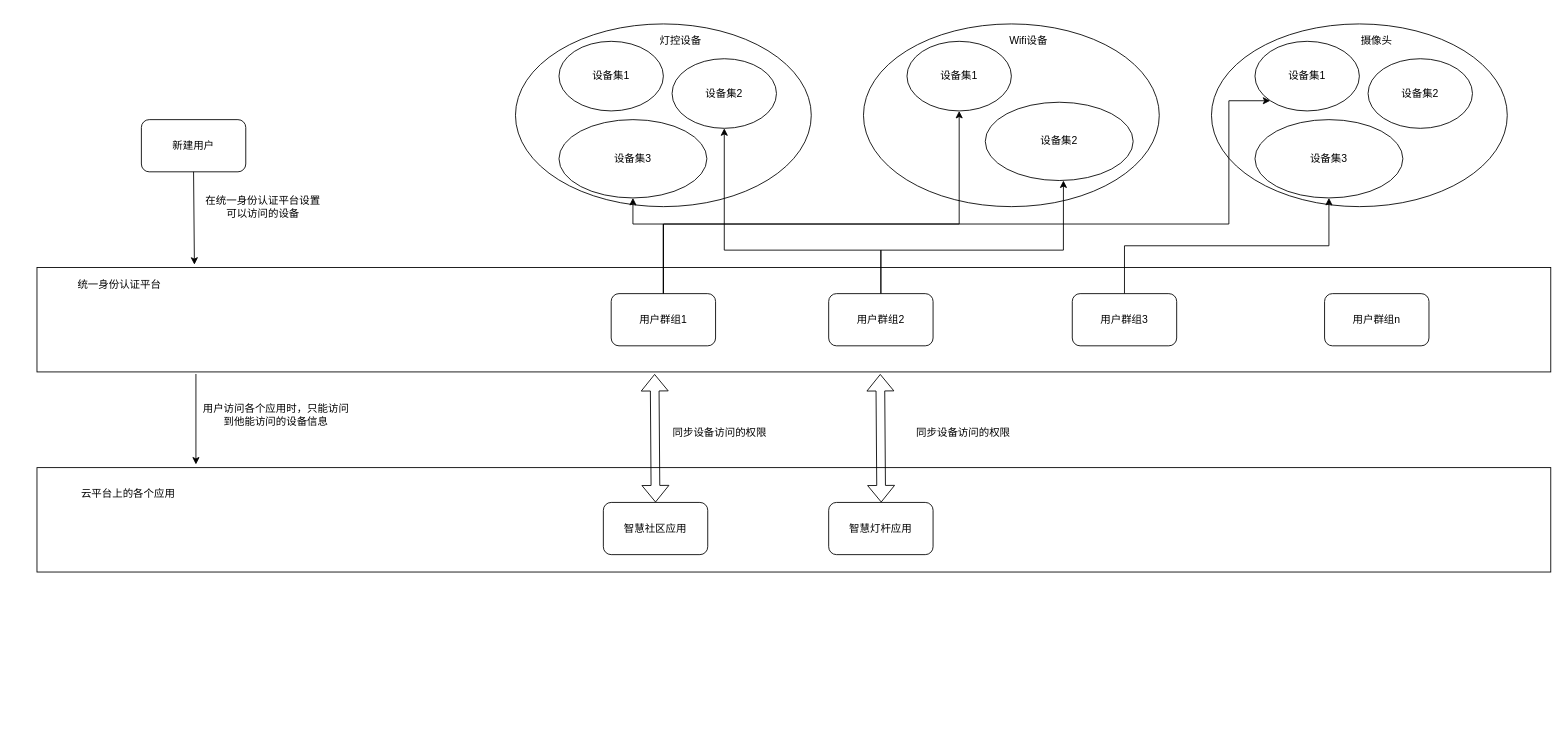
The draw.io diagram draw.io/统一身份认证中心.drawio in beabetterman/MyLearn, before the edit. Source tidied: cells renumbered, new cells numbered last; positions are measured from the earlier drawing's top-left corner, leaving out a move shared by most shapes. Both pictures are drawn from the tidied source at 87%, with x=0, y=0 at pixel (37, 23).
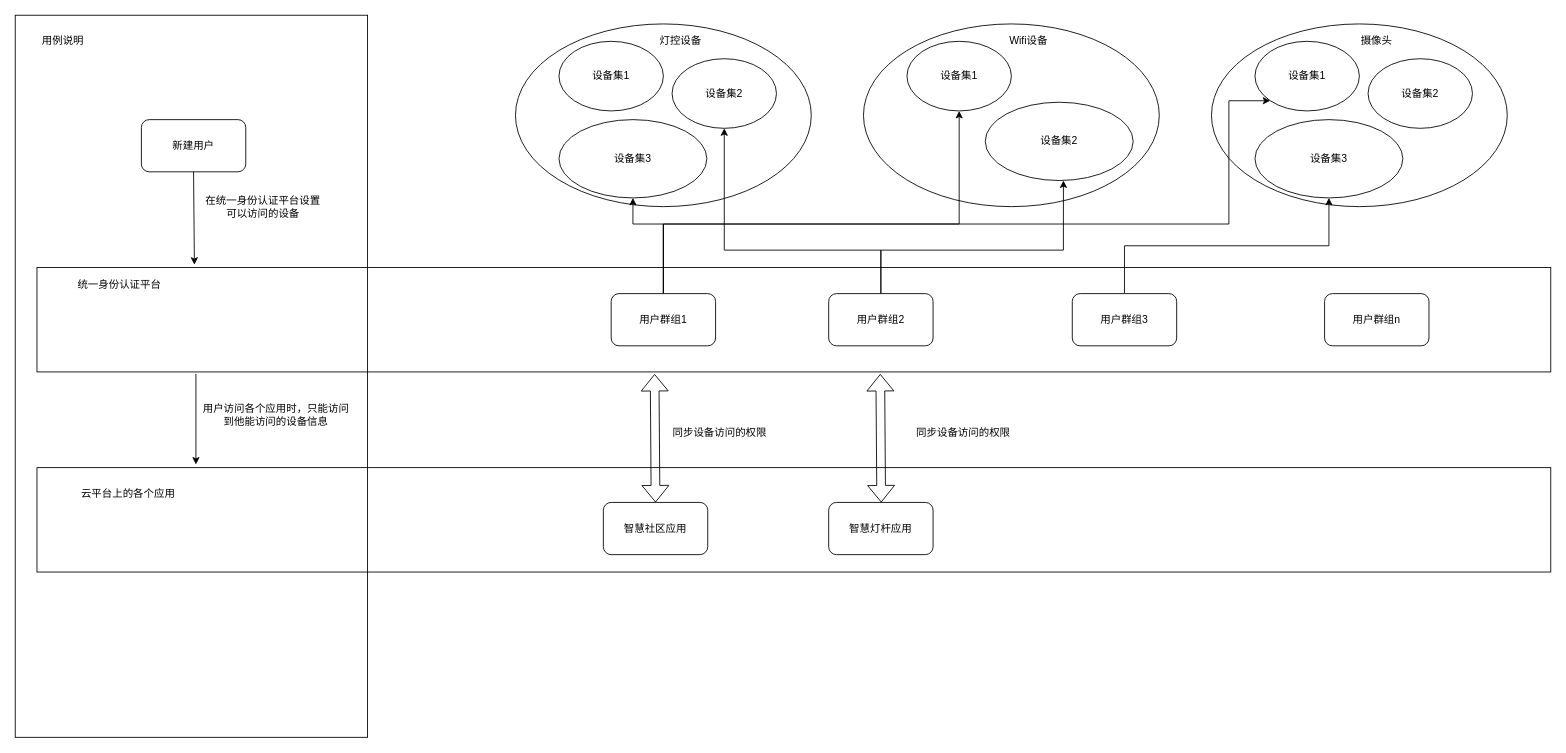
Above is the later version.

Commit message:
Update 统一身份认证中心.drawio

Change to the diagram source:
```diff
@@
+    <mxCell id="41" style="rounded=0;whiteSpace=wrap;html=1;fillColor=none;" parent="1" vertex="1">
+      <mxGeometry x="-25" y="-10" width="405" height="830" as="geometry" />
+    </mxCell>
+    <mxCell id="42" value="用例说明" style="text;html=1;strokeColor=none;fillColor=none;align=center;verticalAlign=middle;whiteSpace=wrap;rounded=0;" parent="1" vertex="1">
+      <mxGeometry x="-10" y="10" width="80" height="20" as="geometry" />
+    </mxCell>
```
